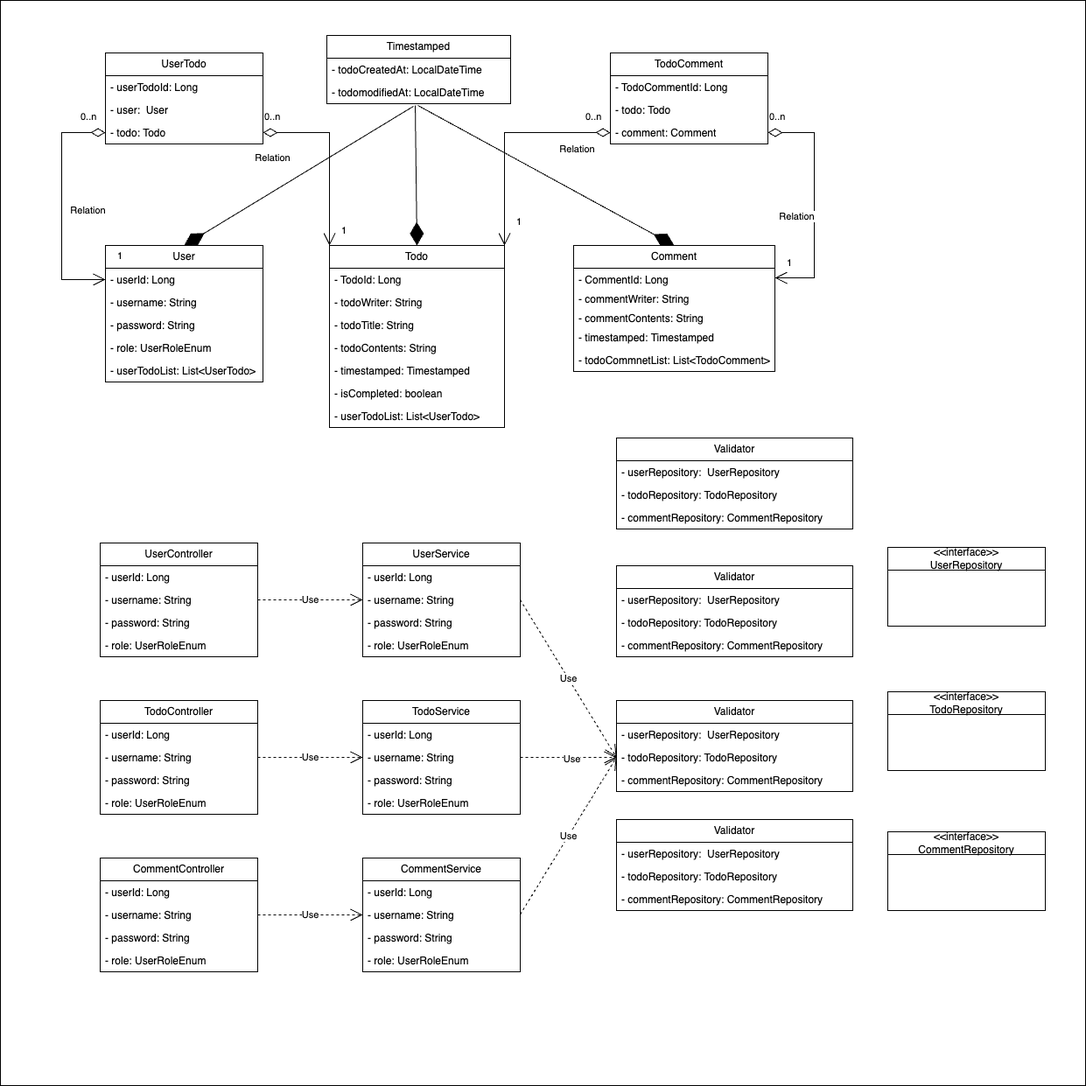
devJWL/TodoApp keeps this draw.io diagram as TodoApp-ClassDiagram.png. Above is the earlier version. Source tidied: cells renumbered, new cells last; positions are measured from the earlier drawing's top-left corner, leaving out a move shared by most shapes.
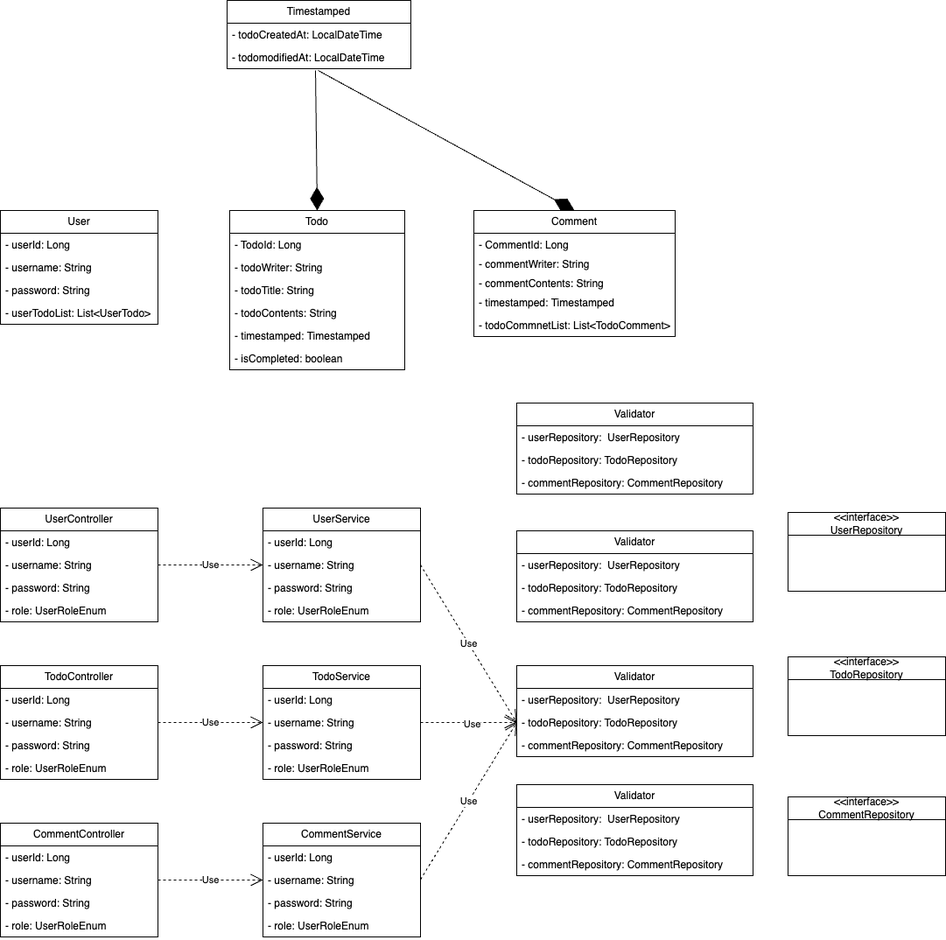
After the commit.

Change to the diagram source:
```diff
@@ -2,11 +2,8 @@
   <root>
     <mxCell id="0" />
     <mxCell id="1" parent="0" />
-    <mxCell id="2" style="whiteSpace=wrap;html=1;" parent="1" vertex="1">
-      <mxGeometry width="1240" height="1240" as="geometry" />
-    </mxCell>
     <mxCell id="3" value="User" style="swimlane;fontStyle=0;horizontal=1;startSize=26;fillColor=none;whiteSpace=wrap;html=1;" parent="1" vertex="1">
-      <mxGeometry x="120" y="280" width="180" height="156" as="geometry" />
+      <mxGeometry x="114" y="280" width="180" height="130" as="geometry" />
     </mxCell>
     <mxCell id="4" value="- userId: Long&amp;nbsp;" style="text;strokeColor=none;fillColor=none;align=left;verticalAlign=top;spacingLeft=4;spacingRight=4;overflow=hidden;points=[[0,0.5],[1,0.5]];portConstraint=eastwest;whiteSpace=wrap;html=1;" parent="3" vertex="1">
       <mxGeometry y="26" width="180" height="26" as="geometry" />
@@ -17,11 +14,8 @@
     <mxCell id="6" value="- password: String" style="text;strokeColor=none;fillColor=none;align=left;verticalAlign=top;spacingLeft=4;spacingRight=4;overflow=hidden;whiteSpace=wrap;html=1;" parent="3" vertex="1">
       <mxGeometry y="78" width="180" height="26" as="geometry" />
     </mxCell>
-    <mxCell id="7" value="- role:&amp;nbsp;UserRoleEnum" style="text;strokeColor=none;fillColor=none;align=left;verticalAlign=top;spacingLeft=4;spacingRight=4;overflow=hidden;whiteSpace=wrap;html=1;" parent="3" vertex="1">
-      <mxGeometry y="104" width="180" height="26" as="geometry" />
-    </mxCell>
     <mxCell id="8" value="- userTodoList: List&amp;lt;UserTodo&amp;gt;" style="text;strokeColor=none;fillColor=none;align=left;verticalAlign=top;spacingLeft=4;spacingRight=4;overflow=hidden;whiteSpace=wrap;html=1;" parent="3" vertex="1">
-      <mxGeometry y="130" width="180" height="26" as="geometry" />
+      <mxGeometry y="104" width="180" height="26" as="geometry" />
     </mxCell>
     <mxCell id="9" value="Timestamped" style="swimlane;fontStyle=0;horizontal=1;startSize=26;fillColor=none;whiteSpace=wrap;html=1;" parent="1" vertex="1">
       <mxGeometry x="373" y="40" width="210" height="78" as="geometry" />
@@ -33,7 +27,7 @@
       <mxGeometry y="52" width="210" height="26" as="geometry" />
     </mxCell>
     <mxCell id="12" value="Todo" style="swimlane;fontStyle=0;horizontal=1;startSize=26;fillColor=none;whiteSpace=wrap;html=1;" parent="1" vertex="1">
-      <mxGeometry x="376" y="280" width="200" height="208" as="geometry" />
+      <mxGeometry x="376" y="280" width="200" height="182" as="geometry" />
     </mxCell>
     <mxCell id="13" value="- TodoId&lt;span style=&quot;background-color: initial;&quot;&gt;: Long&lt;/span&gt;" style="text;strokeColor=none;fillColor=none;align=left;verticalAlign=top;spacingLeft=4;spacingRight=4;overflow=hidden;whiteSpace=wrap;html=1;" parent="12" vertex="1">
       <mxGeometry y="26" width="200" height="26" as="geometry" />
@@ -53,12 +47,6 @@
     <mxCell id="18" value="- isCompleted&lt;span style=&quot;background-color: initial;&quot;&gt;: boolean&lt;/span&gt;" style="text;strokeColor=none;fillColor=none;align=left;verticalAlign=top;spacingLeft=4;spacingRight=4;overflow=hidden;whiteSpace=wrap;html=1;" parent="12" vertex="1">
       <mxGeometry y="156" width="200" height="26" as="geometry" />
     </mxCell>
-    <mxCell id="19" value="- userTodoList: List&amp;lt;UserTodo&amp;gt;" style="text;strokeColor=none;fillColor=none;align=left;verticalAlign=top;spacingLeft=4;spacingRight=4;overflow=hidden;whiteSpace=wrap;html=1;" parent="12" vertex="1">
-      <mxGeometry y="182" width="200" height="26" as="geometry" />
-    </mxCell>
-    <mxCell id="20" style="endArrow=diamondThin;endFill=1;endSize=24;html=1;rounded=0;entryX=0.5;entryY=0;entryDx=0;entryDy=0;exitX=0.471;exitY=1.115;exitDx=0;exitDy=0;exitPerimeter=0;" parent="1" edge="1" source="11" target="3">
-      <mxGeometry relative="1" as="geometry" />
-    </mxCell>
     <mxCell id="21" style="endArrow=diamondThin;endFill=1;endSize=24;html=1;rounded=0;entryX=0.5;entryY=0;entryDx=0;entryDy=0;exitX=0.481;exitY=1.077;exitDx=0;exitDy=0;exitPerimeter=0;" parent="1" edge="1" source="11" target="12">
       <mxGeometry relative="1" as="geometry" />
     </mxCell>
@@ -83,96 +71,6 @@
     <mxCell id="28" value="- todoCommnetList: List&amp;lt;TodoComment&amp;gt;" style="text;strokeColor=none;fillColor=none;align=left;verticalAlign=top;spacingLeft=4;spacingRight=4;overflow=hidden;whiteSpace=wrap;html=1;" parent="23" vertex="1">
       <mxGeometry y="118" width="230" height="26" as="geometry" />
     </mxCell>
-    <mxCell id="29" value="UserTodo" style="swimlane;fontStyle=0;horizontal=1;startSize=26;fillColor=none;whiteSpace=wrap;html=1;" parent="1" vertex="1">
-      <mxGeometry x="120" y="60" width="180" height="104" as="geometry" />
-    </mxCell>
-    <mxCell id="30" value="- userTodoId: Long" style="text;strokeColor=none;fillColor=none;align=left;verticalAlign=top;spacingLeft=4;spacingRight=4;overflow=hidden;whiteSpace=wrap;html=1;" parent="29" vertex="1">
-      <mxGeometry y="26" width="180" height="26" as="geometry" />
-    </mxCell>
-    <mxCell id="31" value="- user:&amp;nbsp; User" style="text;strokeColor=none;fillColor=none;align=left;verticalAlign=top;spacingLeft=4;spacingRight=4;overflow=hidden;whiteSpace=wrap;html=1;" parent="29" vertex="1">
-      <mxGeometry y="52" width="180" height="26" as="geometry" />
-    </mxCell>
-    <mxCell id="32" value="- todo: Todo" style="text;strokeColor=none;fillColor=none;align=left;verticalAlign=top;spacingLeft=4;spacingRight=4;overflow=hidden;points=[[0,0.5],[1,0.5]];portConstraint=eastwest;whiteSpace=wrap;html=1;" parent="29" vertex="1">
-      <mxGeometry y="78" width="180" height="26" as="geometry" />
-    </mxCell>
-    <mxCell id="33" value="TodoComment" style="swimlane;fontStyle=0;horizontal=1;startSize=26;fillColor=none;whiteSpace=wrap;html=1;" parent="1" vertex="1">
-      <mxGeometry x="697" y="60" width="180" height="104" as="geometry" />
-    </mxCell>
-    <mxCell id="34" value="- TodoCommentId: Long&amp;nbsp;" style="text;strokeColor=none;fillColor=none;align=left;verticalAlign=top;spacingLeft=4;spacingRight=4;overflow=hidden;whiteSpace=wrap;html=1;" parent="33" vertex="1">
-      <mxGeometry y="26" width="180" height="26" as="geometry" />
-    </mxCell>
-    <mxCell id="35" value="- todo: Todo" style="text;strokeColor=none;fillColor=none;align=left;verticalAlign=top;spacingLeft=4;spacingRight=4;overflow=hidden;whiteSpace=wrap;html=1;" parent="33" vertex="1">
-      <mxGeometry y="52" width="180" height="26" as="geometry" />
-    </mxCell>
-    <mxCell id="36" value="- comment: Comment" style="text;strokeColor=none;fillColor=none;align=left;verticalAlign=top;spacingLeft=4;spacingRight=4;overflow=hidden;points=[[0,0.5],[1,0.5]];portConstraint=eastwest;whiteSpace=wrap;html=1;" parent="33" vertex="1">
-      <mxGeometry y="78" width="180" height="26" as="geometry" />
-    </mxCell>
-    <mxCell id="37" value="Relation" style="endArrow=open;html=1;endSize=12;startArrow=diamondThin;startSize=14;startFill=0;edgeStyle=orthogonalEdgeStyle;rounded=0;exitX=1;exitY=0.5;exitDx=0;exitDy=0;entryX=0;entryY=0;entryDx=0;entryDy=0;" parent="1" edge="1" source="32" target="12">
-      <mxGeometry x="-0.89" y="-29" relative="1" as="geometry" />
-    </mxCell>
-    <mxCell id="38" value="0..n" style="edgeLabel;html=1;align=left;verticalAlign=top;" parent="37" vertex="1">
-      <mxGeometry x="-1" relative="1" as="geometry">
-        <mxPoint y="-31" as="offset" />
-      </mxGeometry>
-    </mxCell>
-    <mxCell id="39" value="1" style="edgeLabel;html=1;align=right;verticalAlign=top;" parent="37" vertex="1">
-      <mxGeometry x="1" relative="1" as="geometry">
-        <mxPoint x="20" y="-30" as="offset" />
-      </mxGeometry>
-    </mxCell>
-    <mxCell id="40" value="Relation" style="endArrow=open;html=1;endSize=12;startArrow=diamondThin;startSize=14;startFill=0;edgeStyle=orthogonalEdgeStyle;rounded=0;exitX=0;exitY=0.5;exitDx=0;exitDy=0;entryX=1;entryY=0;entryDx=0;entryDy=0;" parent="1" edge="1" source="36" target="12">
-      <mxGeometry x="-0.69" y="19" relative="1" as="geometry">
-        <Array as="points">
-          <mxPoint x="576" y="151" />
-        </Array>
-      </mxGeometry>
-    </mxCell>
-    <mxCell id="41" value="0..n" style="edgeLabel;html=1;align=left;verticalAlign=top;" parent="40" vertex="1">
-      <mxGeometry x="-1" relative="1" as="geometry">
-        <mxPoint x="-30" y="-31" as="offset" />
-      </mxGeometry>
-    </mxCell>
-    <mxCell id="42" value="1" style="edgeLabel;html=1;align=right;verticalAlign=top;" parent="40" vertex="1">
-      <mxGeometry x="1" relative="1" as="geometry">
-        <mxPoint x="20" y="-40" as="offset" />
-      </mxGeometry>
-    </mxCell>
-    <mxCell id="43" value="Relation" style="endArrow=open;html=1;endSize=12;startArrow=diamondThin;startSize=14;startFill=0;edgeStyle=orthogonalEdgeStyle;rounded=0;exitX=0;exitY=0.5;exitDx=0;exitDy=0;entryX=0;entryY=0.5;entryDx=0;entryDy=0;" parent="1" edge="1" source="32" target="4">
-      <mxGeometry x="0.04" y="30" relative="1" as="geometry">
-        <Array as="points">
-          <mxPoint x="70" y="151" />
-          <mxPoint x="70" y="319" />
-        </Array>
-      </mxGeometry>
-    </mxCell>
-    <mxCell id="44" value="0..n" style="edgeLabel;html=1;align=left;verticalAlign=top;" parent="43" vertex="1">
-      <mxGeometry x="-1" relative="1" as="geometry">
-        <mxPoint x="-30" y="-31" as="offset" />
-      </mxGeometry>
-    </mxCell>
-    <mxCell id="45" value="1" style="edgeLabel;html=1;align=right;verticalAlign=top;" parent="43" vertex="1">
-      <mxGeometry x="1" relative="1" as="geometry">
-        <mxPoint x="20" y="-40" as="offset" />
-      </mxGeometry>
-    </mxCell>
-    <mxCell id="46" value="Relation" style="endArrow=open;html=1;endSize=12;startArrow=diamondThin;startSize=14;startFill=0;edgeStyle=orthogonalEdgeStyle;rounded=0;exitX=1;exitY=0.5;exitDx=0;exitDy=0;entryX=1;entryY=0.5;entryDx=0;entryDy=0;" parent="1" edge="1" source="36" target="24">
-      <mxGeometry x="0.13" y="-20" relative="1" as="geometry">
-        <Array as="points">
-          <mxPoint x="930" y="151" />
-          <mxPoint x="930" y="317" />
-        </Array>
-      </mxGeometry>
-    </mxCell>
-    <mxCell id="47" value="0..n" style="edgeLabel;html=1;align=left;verticalAlign=top;" parent="46" vertex="1">
-      <mxGeometry x="-1" relative="1" as="geometry">
-        <mxPoint y="-31" as="offset" />
-      </mxGeometry>
-    </mxCell>
-    <mxCell id="48" value="1" style="edgeLabel;html=1;align=right;verticalAlign=top;" parent="46" vertex="1">
-      <mxGeometry x="1" relative="1" as="geometry">
-        <mxPoint x="20" y="-30" as="offset" />
-      </mxGeometry>
-    </mxCell>
     <mxCell id="49" value="UserController" style="swimlane;fontStyle=0;horizontal=1;startSize=26;fillColor=none;whiteSpace=wrap;html=1;" parent="1" vertex="1">
       <mxGeometry x="114" y="620" width="180" height="130" as="geometry" />
     </mxCell>
```
